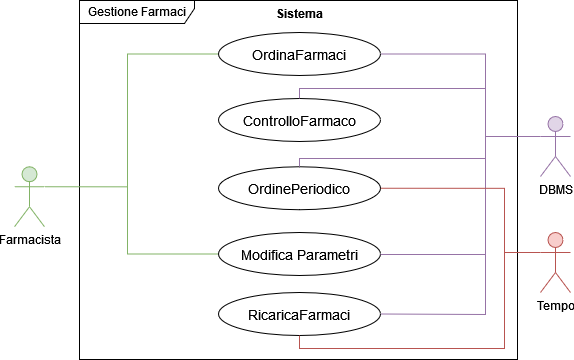
innovazionebot/Pharmalink keeps this draw.io diagram as Documentazione aggiornata/Gestione Farmaci.png. Above is the earlier version. Source tidied: cells renumbered, new cells last; positions are measured from the earlier drawing's top-left corner, leaving out a move shared by most shapes.
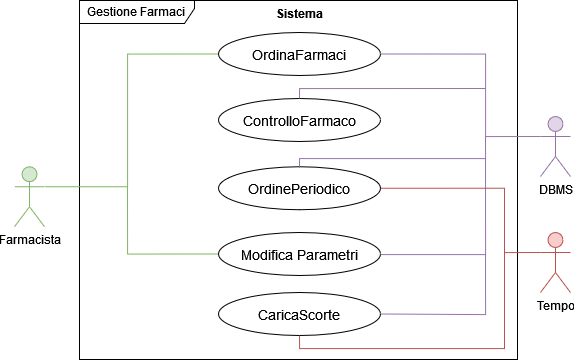
After the commit.

Diff of the diagram source:
```diff
@@ -88,7 +88,7 @@
         </Array>
       </mxGeometry>
     </mxCell>
-    <mxCell id="18" value="RicaricaFarmaci" style="ellipse;whiteSpace=wrap;html=1;fontSize=14;strokeColor=default;verticalAlign=middle;align=center;horizontal=1;labelPosition=center;verticalLabelPosition=middle;" parent="1" vertex="1">
+    <mxCell id="18" value="CaricaScorte" style="ellipse;whiteSpace=wrap;html=1;fontSize=14;strokeColor=default;verticalAlign=middle;align=center;horizontal=1;labelPosition=center;verticalLabelPosition=middle;" parent="1" vertex="1">
       <mxGeometry x="204" y="292" width="162" height="43" as="geometry" />
     </mxCell>
     <mxCell id="19" style="endArrow=none;html=1;rounded=0;strokeWidth=1;fillColor=#f8cecc;strokeColor=#b85450;edgeStyle=orthogonalEdgeStyle;entryX=0.5;entryY=1;entryDx=0;entryDy=0;" parent="1" edge="1" target="18">
```
